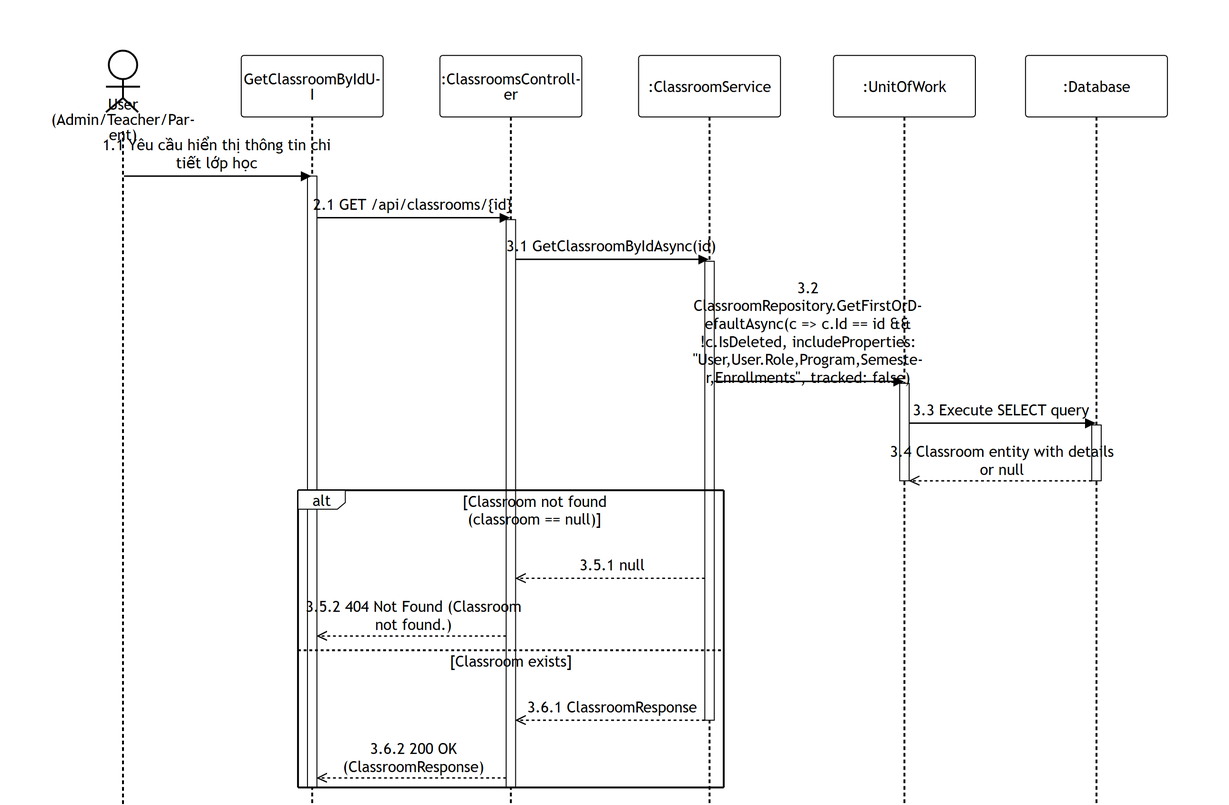
The Mermaid diagram 03-classroom-management/images/apis/get-classroom-by-id.png in PhucAnDev/docx-diagram, before a commit. Its source is kept beside it as 03-classroom-management/sequence-diagram/apis/get-classroom-by-id.mmd.
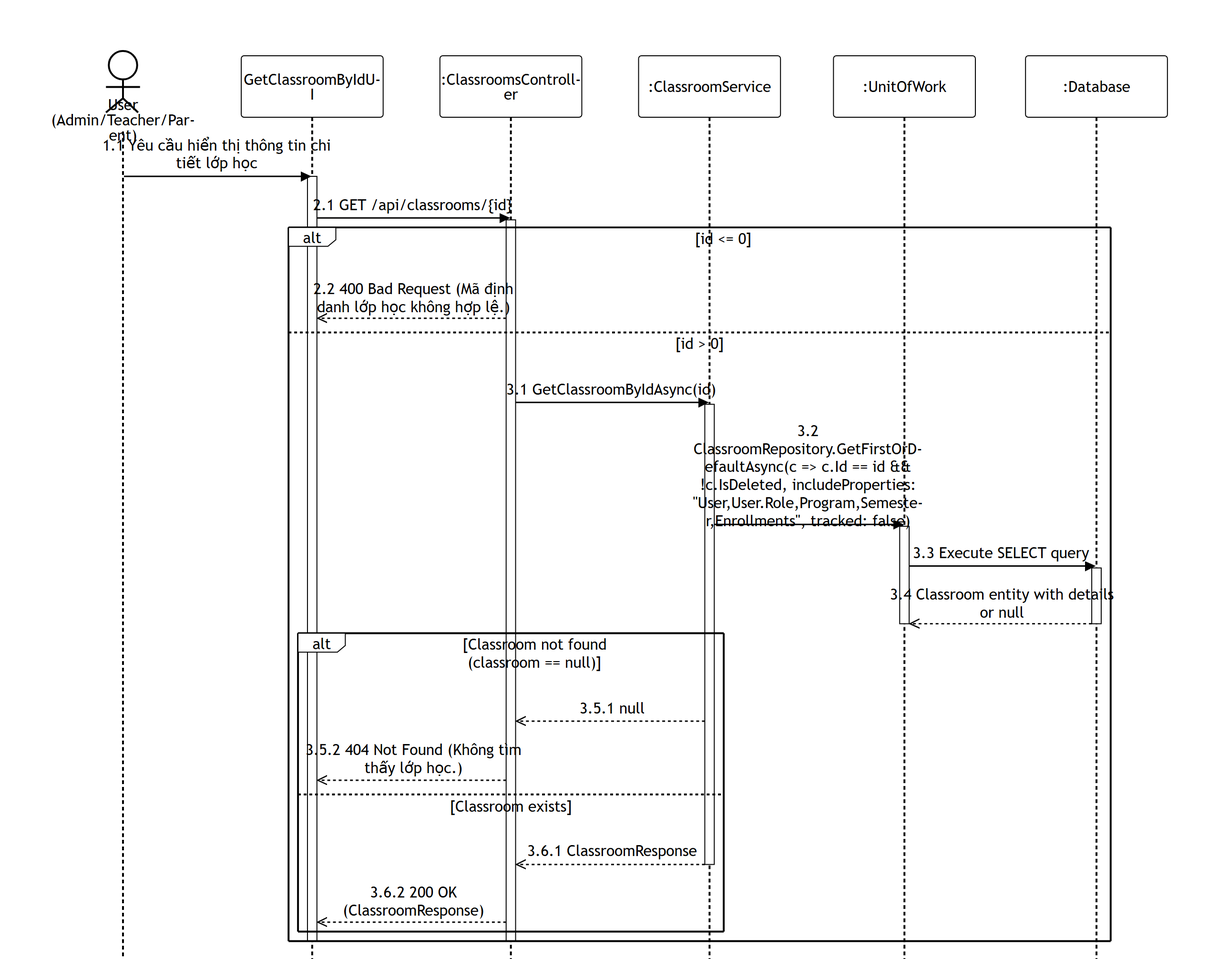
After the commit.

Commit message:
fix: update get-classroom-by-id diagram to add id validation and correct response message

Change to the diagram source:
```diff
@@ -13,24 +13,28 @@
     UI->>Endpoint: 2.1 GET /api/classrooms/{id}
     activate Endpoint
 
-    Endpoint->>Service: 3.1 GetClassroomByIdAsync(id)
-    activate Service
+    alt id <= 0
+        Endpoint-->>UI: 2.2 400 Bad Request (Mã định danh lớp học không hợp lệ.)
+    else id > 0
+        Endpoint->>Service: 3.1 GetClassroomByIdAsync(id)
+        activate Service
 
-    Service->>DB: 3.2 ClassroomRepository.GetFirstOrDefaultAsync(c => c.Id == id && !c.IsDeleted, includeProperties: "User,User.Role,Program,Semester,Enrollments", tracked: false)
-    activate DB
-    DB->>Database: 3.3 Execute SELECT query
-    activate Database
-    Database-->>DB: 3.4 Classroom entity with details or null
-    deactivate Database
-    deactivate DB
+        Service->>DB: 3.2 ClassroomRepository.GetFirstOrDefaultAsync(c => c.Id == id && !c.IsDeleted, includeProperties: "User,User.Role,Program,Semester,Enrollments", tracked: false)
+        activate DB
+        DB->>Database: 3.3 Execute SELECT query
+        activate Database
+        Database-->>DB: 3.4 Classroom entity with details or null
+        deactivate Database
+        deactivate DB
 
-    alt Classroom not found (classroom == null)
-        Service-->>Endpoint: 3.5.1 null
-        Endpoint-->>UI: 3.5.2 404 Not Found (Classroom not found.)
-    else Classroom exists
-        Service-->>Endpoint: 3.6.1 ClassroomResponse
-        deactivate Service
-        Endpoint-->>UI: 3.6.2 200 OK (ClassroomResponse)
+        alt Classroom not found (classroom == null)
+            Service-->>Endpoint: 3.5.1 null
+            Endpoint-->>UI: 3.5.2 404 Not Found (Không tìm thấy lớp học.)
+        else Classroom exists
+            Service-->>Endpoint: 3.6.1 ClassroomResponse
+            deactivate Service
+            Endpoint-->>UI: 3.6.2 200 OK (ClassroomResponse)
+        end
     end
     deactivate Endpoint
     deactivate UI
```
